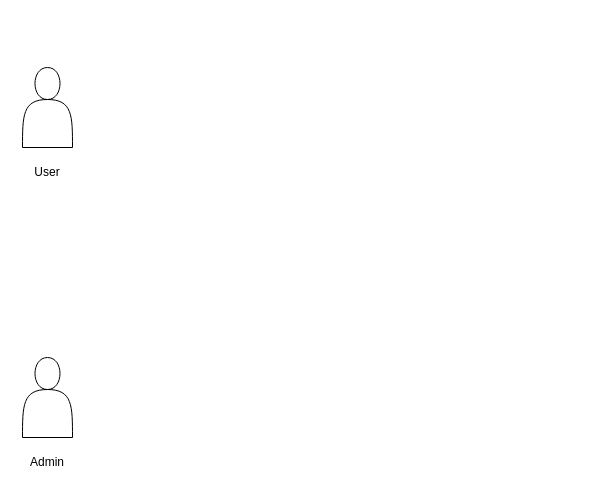
EthanKB1/Software-Engineering-Project keeps this draw.io diagram as Use Cases.drawio. Above is the earlier version. Source tidied: cells renumbered, new cells numbered last; positions are measured from the earlier drawing's top-left corner, leaving out a move shared by most shapes. Both pictures are drawn from the tidied source at 100%, with x=0, y=0 at pixel (17, 67).
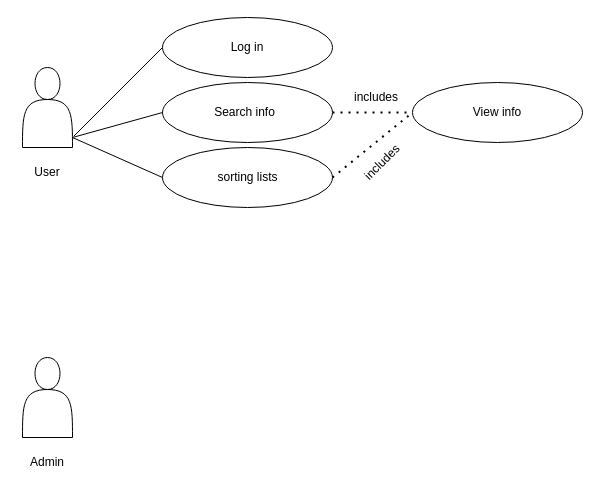
The same page after the edit.

The change refers to these unchanged cells:
```xml
<mxCell id="2" style="shape=actor;whiteSpace=wrap;html=1;" parent="1" vertex="1">
  <mxGeometry x="5" width="50" height="80" as="geometry" />
</mxCell>
```

Change to the diagram source:
```diff
@@
+    <mxCell id="6" style="ellipse;whiteSpace=wrap;html=1;" parent="1" vertex="1">
+      <mxGeometry x="145" y="-50" width="170" height="60" as="geometry" />
+    </mxCell>
+    <mxCell id="7" value="Log in" style="text;html=1;align=center;verticalAlign=middle;whiteSpace=wrap;rounded=0;" parent="1" vertex="1">
+      <mxGeometry x="200" y="-35" width="60" height="30" as="geometry" />
+    </mxCell>
+    <mxCell id="8" style="ellipse;whiteSpace=wrap;html=1;" parent="1" vertex="1">
+      <mxGeometry x="145" y="15" width="170" height="60" as="geometry" />
+    </mxCell>
+    <mxCell id="9" value="Search info" style="text;html=1;align=center;verticalAlign=middle;whiteSpace=wrap;rounded=0;" parent="1" vertex="1">
+      <mxGeometry x="195" y="30" width="65" height="30" as="geometry" />
+    </mxCell>
+    <mxCell id="10" style="ellipse;whiteSpace=wrap;html=1;" parent="1" vertex="1">
+      <mxGeometry x="395" y="15" width="170" height="60" as="geometry" />
+    </mxCell>
+    <mxCell id="11" value="View info" style="text;html=1;align=center;verticalAlign=middle;whiteSpace=wrap;rounded=0;" parent="1" vertex="1">
+      <mxGeometry x="450" y="30" width="60" height="30" as="geometry" />
+    </mxCell>
+    <mxCell id="12" style="endArrow=none;dashed=1;html=1;dashPattern=1 3;strokeWidth=2;rounded=0;entryX=0;entryY=0.5;entryDx=0;entryDy=0;exitX=1;exitY=0.5;exitDx=0;exitDy=0;" parent="1" edge="1" source="8" target="10">
+      <mxGeometry relative="1" as="geometry" />
+    </mxCell>
+    <mxCell id="13" value="includes" style="text;html=1;align=center;verticalAlign=middle;whiteSpace=wrap;rounded=0;rotation=0;" parent="1" vertex="1">
+      <mxGeometry x="329" y="15" width="60" height="30" as="geometry" />
+    </mxCell>
+    <mxCell id="14" style="endArrow=none;html=1;rounded=0;entryX=0;entryY=0.5;entryDx=0;entryDy=0;" parent="1" edge="1" target="8">
+      <mxGeometry relative="1" as="geometry">
+        <mxPoint x="55" y="70" as="sourcePoint" />
+      </mxGeometry>
+    </mxCell>
+    <mxCell id="15" style="endArrow=none;html=1;rounded=0;exitX=1.026;exitY=0.859;exitDx=0;exitDy=0;exitPerimeter=0;" parent="1" edge="1" source="2">
+      <mxGeometry relative="1" as="geometry">
+        <mxPoint x="145" y="-20" as="targetPoint" />
+      </mxGeometry>
+    </mxCell>
+    <mxCell id="16" style="ellipse;whiteSpace=wrap;html=1;" parent="1" vertex="1">
+      <mxGeometry x="145" y="80" width="170" height="60" as="geometry" />
+    </mxCell>
+    <mxCell id="17" value="sorting lists" style="text;html=1;align=center;verticalAlign=middle;whiteSpace=wrap;rounded=0;" parent="1" vertex="1">
+      <mxGeometry x="197.5" y="95" width="65" height="30" as="geometry" />
+    </mxCell>
+    <mxCell id="18" style="endArrow=none;dashed=1;html=1;dashPattern=1 3;strokeWidth=2;rounded=0;entryX=0;entryY=0.5;entryDx=0;entryDy=0;" parent="1" edge="1" target="10">
+      <mxGeometry relative="1" as="geometry">
+        <mxPoint x="315" y="110" as="sourcePoint" />
+      </mxGeometry>
+    </mxCell>
+    <mxCell id="19" value="includes" style="text;html=1;align=center;verticalAlign=middle;whiteSpace=wrap;rounded=0;rotation=-45;" parent="1" vertex="1">
+      <mxGeometry x="335" y="80" width="60" height="30" as="geometry" />
+    </mxCell>
+    <mxCell id="20" style="endArrow=none;html=1;rounded=0;" parent="1" edge="1">
+      <mxGeometry relative="1" as="geometry">
+        <mxPoint x="55" y="70" as="sourcePoint" />
+        <mxPoint x="145" y="110" as="targetPoint" />
+      </mxGeometry>
+    </mxCell>
```
